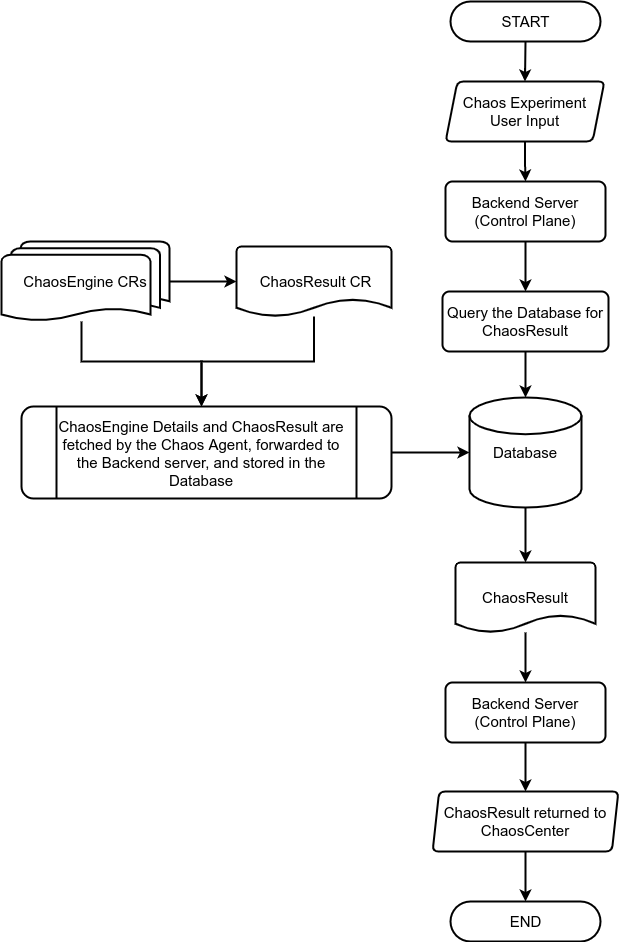
The draw.io diagram website/docs/assets/chaos-observability-flow-summarisation.png in litmuschaos/litmus-docs, before a commit. Source tidied: cells renumbered, new cells last; positions are measured from the earlier drawing's top-left corner, leaving out a move shared by most shapes.
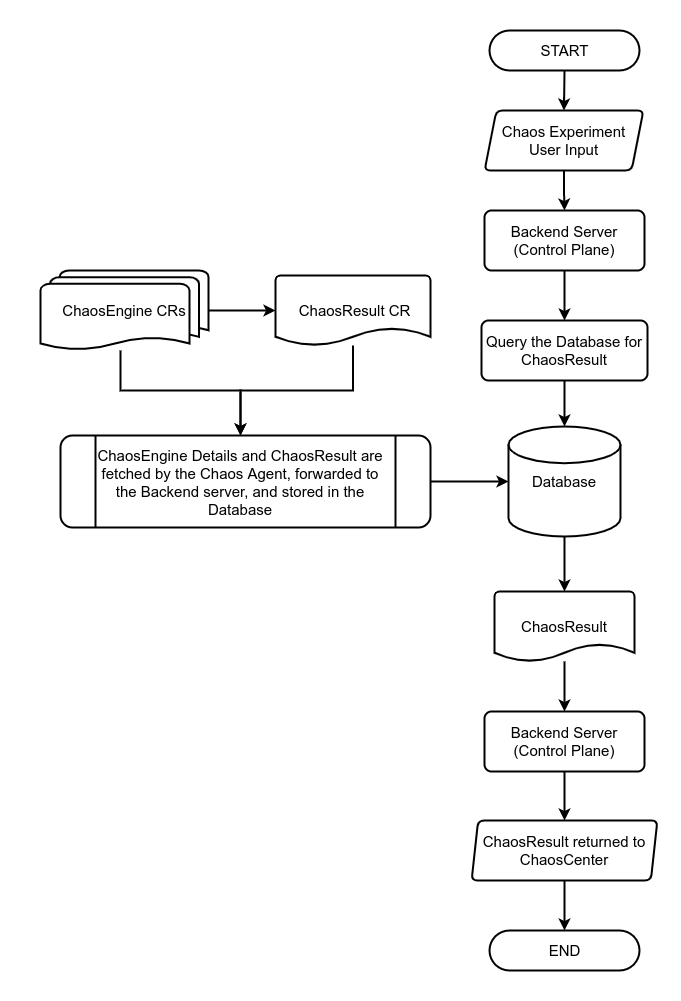
Above is the later version.

Diff of the diagram source:
```diff
@@ -2,6 +2,9 @@
   <root>
     <mxCell id="0" />
     <mxCell id="1" parent="0" />
+    <mxCell id="27" style="rounded=0;whiteSpace=wrap;html=1;strokeColor=none;" parent="1" vertex="1">
+      <mxGeometry x="-40" y="-30" width="680" height="1000" as="geometry" />
+    </mxCell>
     <mxCell id="2" style="edgeStyle=orthogonalEdgeStyle;rounded=0;jettySize=auto;html=1;exitX=0.5;exitY=1;exitDx=0;exitDy=0;entryX=0.5;entryY=0;entryDx=0;entryDy=0;fontSize=15;strokeWidth=2;" parent="1" edge="1" source="3" target="5">
       <mxGeometry relative="1" as="geometry" />
     </mxCell>
```
